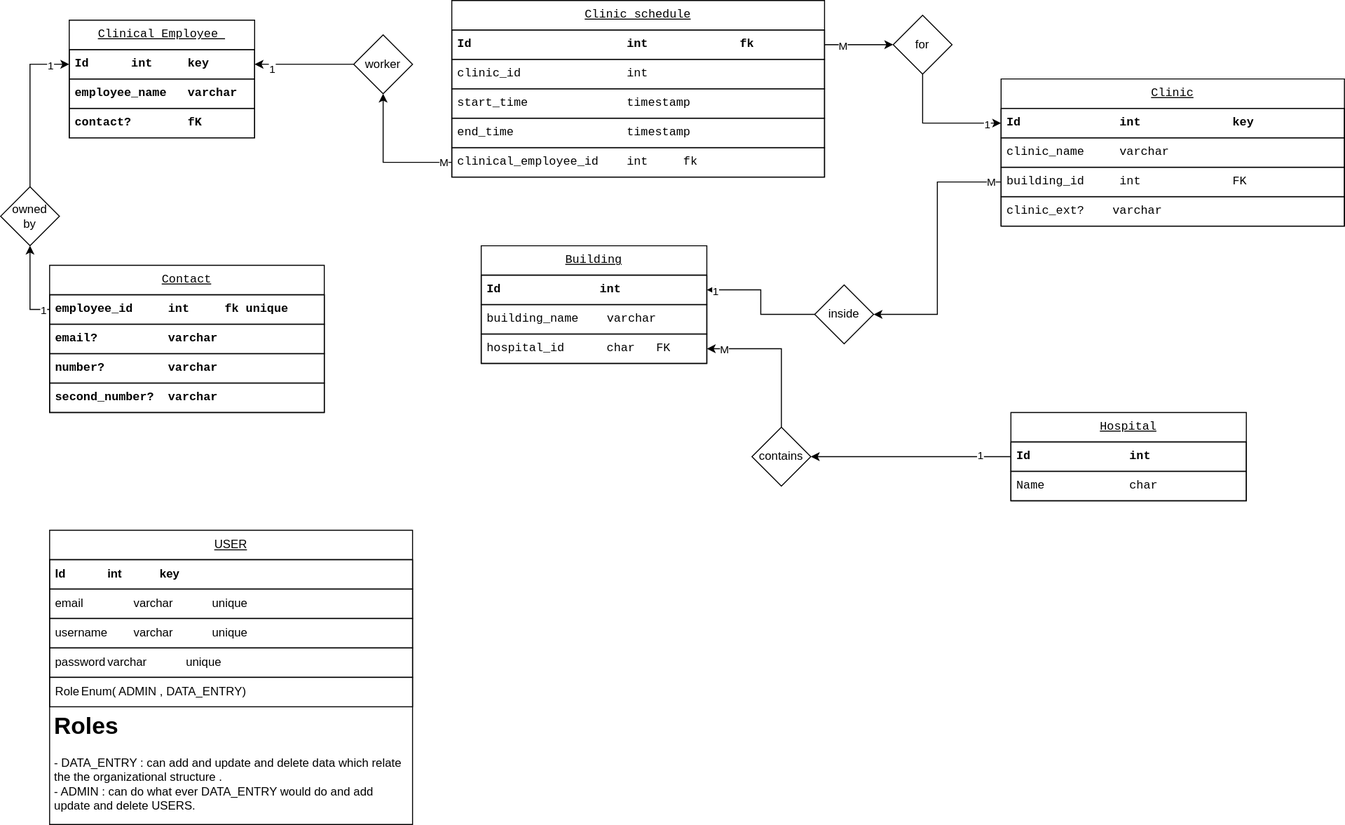
Earlier version of the draw.io export etc/imgs/database.drawio.svg (Abdullah-Khawahir/clinics-schedules). Source tidied: cells renumbered, new cells last; positions are measured from the earlier drawing's top-left corner, leaving out a move shared by most shapes.
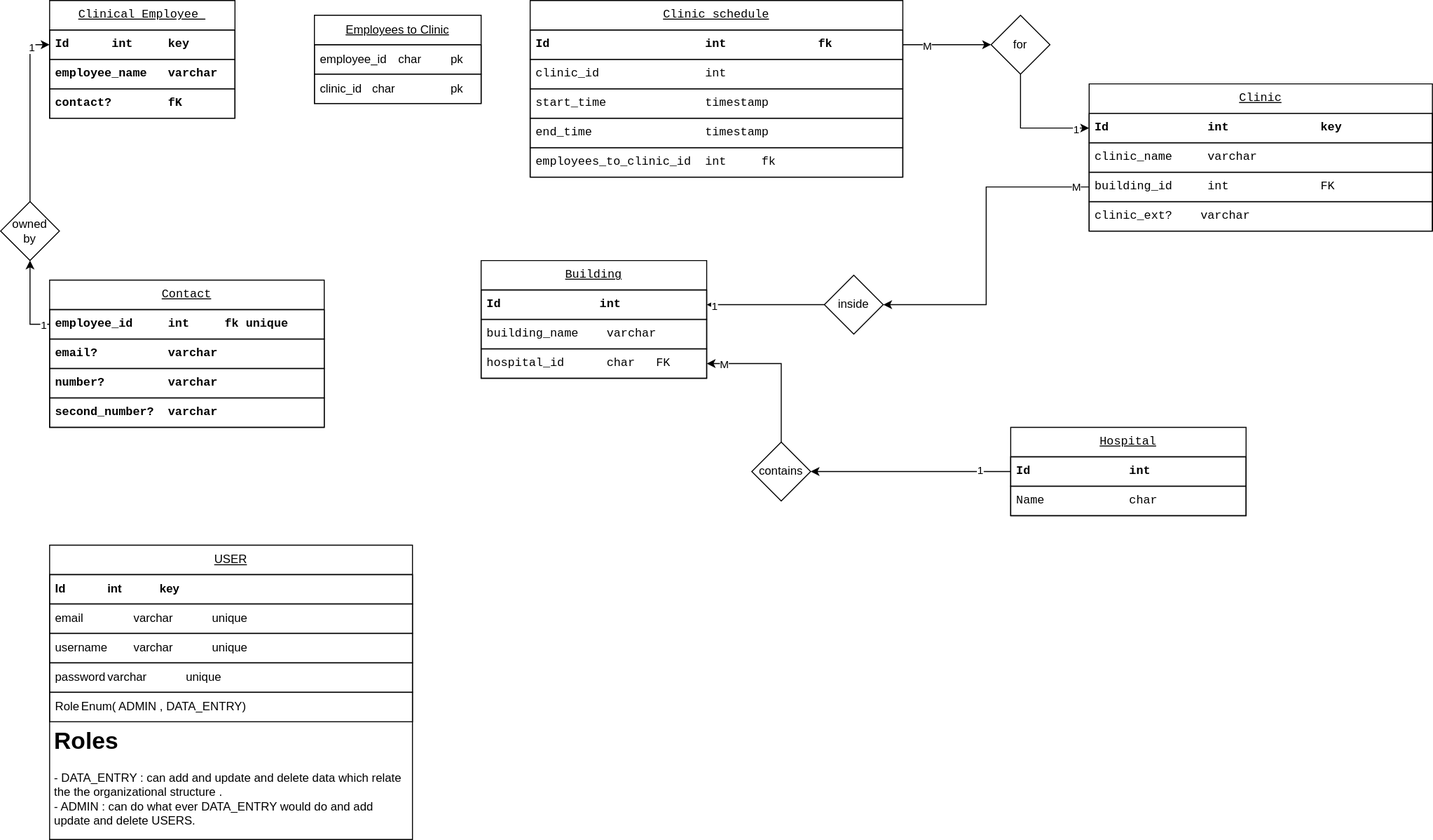
After the commit.

Change to the diagram source:
```diff
@@ -24,7 +24,7 @@
       <mxGeometry y="90" width="230" height="30" as="geometry" />
     </mxCell>
     <mxCell id="9" value="Clinic" style="swimlane;fontStyle=4;horizontal=1;startSize=30;whiteSpace=wrap;html=1;fontFamily=monospace;" parent="1" vertex="1">
-      <mxGeometry x="1020" y="80" width="350" height="150" as="geometry" />
+      <mxGeometry x="1110" y="70" width="350" height="150" as="geometry" />
     </mxCell>
     <mxCell id="10" value="Id&lt;span style=&quot;white-space: pre;&quot;&gt;&#9;&lt;/span&gt;&lt;span style=&quot;white-space: pre;&quot;&gt;&#9;&lt;/span&gt;int&lt;span style=&quot;white-space: pre;&quot;&gt;&#9;&lt;/span&gt;&lt;span style=&quot;white-space: pre;&quot;&gt;&#9;&lt;/span&gt;key" style="text;strokeColor=default;fillColor=none;align=left;verticalAlign=middle;spacingLeft=4;spacingRight=4;overflow=hidden;points=[[0,0.5],[1,0.5]];portConstraint=eastwest;whiteSpace=wrap;html=1;fontStyle=1;labelBorderColor=none;labelBackgroundColor=none;horizontal=1;spacingTop=0;fontFamily=monospace;" parent="9" vertex="1">
       <mxGeometry y="30" width="350" height="30" as="geometry" />
@@ -39,7 +39,7 @@
       <mxGeometry y="120" width="350" height="30" as="geometry" />
     </mxCell>
     <mxCell id="14" value="Clinical Employee&amp;nbsp; " style="swimlane;fontStyle=4;horizontal=1;startSize=30;whiteSpace=wrap;html=1;fontFamily=monospace;" parent="1" vertex="1">
-      <mxGeometry x="70" y="20" width="189" height="120" as="geometry" />
+      <mxGeometry x="50" y="-15" width="189" height="120" as="geometry" />
     </mxCell>
     <mxCell id="15" value="Id&lt;span style=&quot;white-space: pre;&quot;&gt;&#9;&lt;/span&gt;int&lt;span style=&quot;white-space: pre;&quot;&gt;&#9;&lt;/span&gt;key" style="text;strokeColor=default;fillColor=none;align=left;verticalAlign=middle;spacingLeft=4;spacingRight=4;overflow=hidden;points=[[0,0.5],[1,0.5]];portConstraint=eastwest;whiteSpace=wrap;html=1;fontStyle=1;labelBorderColor=none;labelBackgroundColor=none;horizontal=1;spacingTop=0;fontFamily=monospace;" parent="14" vertex="1">
       <mxGeometry y="30" width="189" height="30" as="geometry" />
@@ -51,7 +51,7 @@
       <mxGeometry y="90" width="189" height="30" as="geometry" />
     </mxCell>
     <mxCell id="18" value="Clinic schedule" style="swimlane;fontStyle=4;horizontal=1;startSize=30;whiteSpace=wrap;html=1;fontFamily=monospace;" parent="1" vertex="1">
-      <mxGeometry x="460" width="380" height="180" as="geometry" />
+      <mxGeometry x="540" y="-15" width="380" height="180" as="geometry" />
     </mxCell>
     <mxCell id="19" value="Id&lt;span style=&quot;white-space: pre;&quot;&gt;&#9;&lt;/span&gt;&lt;span style=&quot;white-space: pre;&quot;&gt;&#9;&lt;/span&gt;&lt;span style=&quot;white-space: pre;&quot;&gt;&#9;&lt;/span&gt;int&lt;span style=&quot;white-space: pre;&quot;&gt;&#9;&lt;/span&gt;&lt;span style=&quot;white-space: pre;&quot;&gt;&#9;fk&lt;/span&gt;" style="text;strokeColor=default;fillColor=none;align=left;verticalAlign=middle;spacingLeft=4;spacingRight=4;overflow=hidden;points=[[0,0.5],[1,0.5]];portConstraint=eastwest;whiteSpace=wrap;html=1;fontStyle=1;labelBorderColor=none;labelBackgroundColor=none;horizontal=1;spacingTop=0;fontFamily=monospace;" parent="18" vertex="1">
       <mxGeometry y="30" width="380" height="30" as="geometry" />
@@ -65,7 +65,7 @@
     <mxCell id="22" value="end_time&lt;span style=&quot;white-space: pre;&quot;&gt;&#9;&lt;/span&gt;&lt;span style=&quot;white-space: pre;&quot;&gt;&#9;&lt;/span&gt;&lt;code class=&quot;type&quot;&gt;timestamp&lt;/code&gt;" style="text;strokeColor=default;fillColor=none;align=left;verticalAlign=middle;spacingLeft=4;spacingRight=4;overflow=hidden;whiteSpace=wrap;html=1;fontFamily=monospace;" parent="18" vertex="1">
       <mxGeometry y="120" width="380" height="30" as="geometry" />
     </mxCell>
-    <mxCell id="23" value="clinical_employee_id&lt;span style=&quot;white-space: pre;&quot;&gt;&#9;&lt;/span&gt;&lt;span style=&quot;white-space: pre;&quot;&gt;&lt;code&gt;int&lt;span style=&quot;white-space: pre;&quot;&gt;&#9;&lt;/span&gt;fk&lt;/code&gt;&lt;/span&gt;" style="text;strokeColor=default;fillColor=none;align=left;verticalAlign=middle;spacingLeft=4;spacingRight=4;overflow=hidden;points=[[0,0.5],[1,0.5]];portConstraint=eastwest;whiteSpace=wrap;html=1;fontFamily=monospace;" parent="18" vertex="1">
+    <mxCell id="23" value="employees_to_clinic_id&lt;span style=&quot;white-space: pre;&quot;&gt;&#9;&lt;/span&gt;&lt;span style=&quot;white-space: pre;&quot;&gt;&lt;code&gt;int&lt;span style=&quot;white-space: pre;&quot;&gt;&#9;&lt;/span&gt;fk&lt;/code&gt;&lt;/span&gt;" style="text;strokeColor=default;fillColor=none;align=left;verticalAlign=middle;spacingLeft=4;spacingRight=4;overflow=hidden;points=[[0,0.5],[1,0.5]];portConstraint=eastwest;whiteSpace=wrap;html=1;fontFamily=monospace;" parent="18" vertex="1">
       <mxGeometry y="150" width="380" height="30" as="geometry" />
     </mxCell>
     <mxCell id="24" value="Contact" style="swimlane;fontStyle=4;horizontal=1;startSize=30;whiteSpace=wrap;html=1;fontFamily=monospace;" parent="1" vertex="1">
@@ -108,7 +108,7 @@
       <mxGeometry x="-0.92" y="-1" relative="1" as="geometry" />
     </mxCell>
     <mxCell id="37" value="inside" style="rhombus;whiteSpace=wrap;html=1;" parent="1" vertex="1">
-      <mxGeometry x="830" y="290" width="60" height="60" as="geometry" />
+      <mxGeometry x="840" y="265" width="60" height="60" as="geometry" />
     </mxCell>
     <mxCell id="38" style="edgeStyle=orthogonalEdgeStyle;rounded=0;jettySize=auto;html=1;entryX=0;entryY=0.5;entryDx=0;entryDy=0;" parent="1" edge="1" source="50" target="10">
       <mxGeometry relative="1" as="geometry" />
@@ -116,21 +116,6 @@
     <mxCell id="39" value="1" style="edgeLabel;html=1;align=center;verticalAlign=middle;" parent="38" vertex="1">
       <mxGeometry x="0.77" y="-1" relative="1" as="geometry" />
     </mxCell>
-    <mxCell id="40" style="edgeStyle=orthogonalEdgeStyle;rounded=0;jettySize=auto;html=1;" parent="1" edge="1" source="44" target="15">
-      <mxGeometry relative="1" as="geometry" />
-    </mxCell>
-    <mxCell id="41" value="1" style="edgeLabel;html=1;align=center;verticalAlign=middle;" parent="40" vertex="1">
-      <mxGeometry x="0.66" y="4" relative="1" as="geometry" />
-    </mxCell>
-    <mxCell id="42" style="edgeStyle=orthogonalEdgeStyle;rounded=0;jettySize=auto;html=1;" parent="1" edge="1" source="23" target="44">
-      <mxGeometry relative="1" as="geometry" />
-    </mxCell>
-    <mxCell id="43" value="M" style="edgeLabel;html=1;align=center;verticalAlign=middle;" parent="42" vertex="1">
-      <mxGeometry x="-0.88" y="-1" relative="1" as="geometry" />
-    </mxCell>
-    <mxCell id="44" value="worker" style="rhombus;whiteSpace=wrap;html=1;" parent="1" vertex="1">
-      <mxGeometry x="360" y="35" width="60" height="60" as="geometry" />
-    </mxCell>
     <mxCell id="45" style="edgeStyle=orthogonalEdgeStyle;rounded=0;jettySize=auto;html=1;" parent="1" edge="1" source="3" target="47">
       <mxGeometry relative="1" as="geometry" />
     </mxCell>
@@ -147,7 +132,7 @@
       <mxGeometry x="-0.47" y="-1" relative="1" as="geometry" />
     </mxCell>
     <mxCell id="50" value="for" style="rhombus;whiteSpace=wrap;html=1;" parent="1" vertex="1">
-      <mxGeometry x="910" y="15" width="60" height="60" as="geometry" />
+      <mxGeometry x="1010" width="60" height="60" as="geometry" />
     </mxCell>
     <mxCell id="51" style="edgeStyle=orthogonalEdgeStyle;rounded=0;jettySize=auto;html=1;entryX=0.5;entryY=1;entryDx=0;entryDy=0;" parent="1" edge="1" source="25" target="53">
       <mxGeometry relative="1" as="geometry" />
@@ -179,5 +164,14 @@
     <mxCell id="60" value="&lt;h1&gt;Roles&lt;/h1&gt;&lt;div&gt;- DATA_ENTRY : can add and update and delete data which relate the the organizational structure .&lt;/div&gt;&lt;div&gt;- ADMIN : can do what ever DATA_ENTRY would do and add update and delete USERS.&lt;/div&gt;&lt;div&gt;&lt;br&gt;&lt;/div&gt;" style="text;html=1;strokeColor=none;fillColor=none;spacing=5;spacingTop=-20;whiteSpace=wrap;overflow=hidden;rounded=0;" parent="54" vertex="1">
       <mxGeometry y="180" width="370" height="120" as="geometry" />
     </mxCell>
+    <mxCell id="61" value="Employees to Clinic" style="swimlane;fontStyle=4;horizontal=1;startSize=30;whiteSpace=wrap;html=1;" parent="1" vertex="1">
+      <mxGeometry x="320" width="170" height="90" as="geometry" />
+    </mxCell>
+    <mxCell id="62" value="employee_id&lt;span style=&quot;white-space: pre;&quot;&gt;&#9;&lt;/span&gt;char&lt;span style=&quot;white-space: pre;&quot;&gt;&#9;&lt;/span&gt;&lt;span style=&quot;white-space: pre;&quot;&gt;&#9;&lt;/span&gt;pk" style="text;strokeColor=default;fillColor=none;align=left;verticalAlign=middle;spacingLeft=4;spacingRight=4;overflow=hidden;whiteSpace=wrap;html=1;" parent="61" vertex="1">
+      <mxGeometry y="30" width="170" height="30" as="geometry" />
+    </mxCell>
+    <mxCell id="63" value="clinic_id&lt;span style=&quot;white-space: pre;&quot;&gt;&#9;&lt;/span&gt;char&lt;span style=&quot;white-space: pre;&quot;&gt;&#9;&lt;/span&gt;&lt;span style=&quot;white-space: pre;&quot;&gt;&#9;&lt;/span&gt;&lt;span style=&quot;white-space: pre;&quot;&gt;&#9;&lt;/span&gt;pk" style="text;strokeColor=default;fillColor=none;align=left;verticalAlign=middle;spacingLeft=4;spacingRight=4;overflow=hidden;whiteSpace=wrap;html=1;" parent="61" vertex="1">
+      <mxGeometry y="60" width="170" height="30" as="geometry" />
+    </mxCell>
   </root>
 </mxGraphModel>
```
